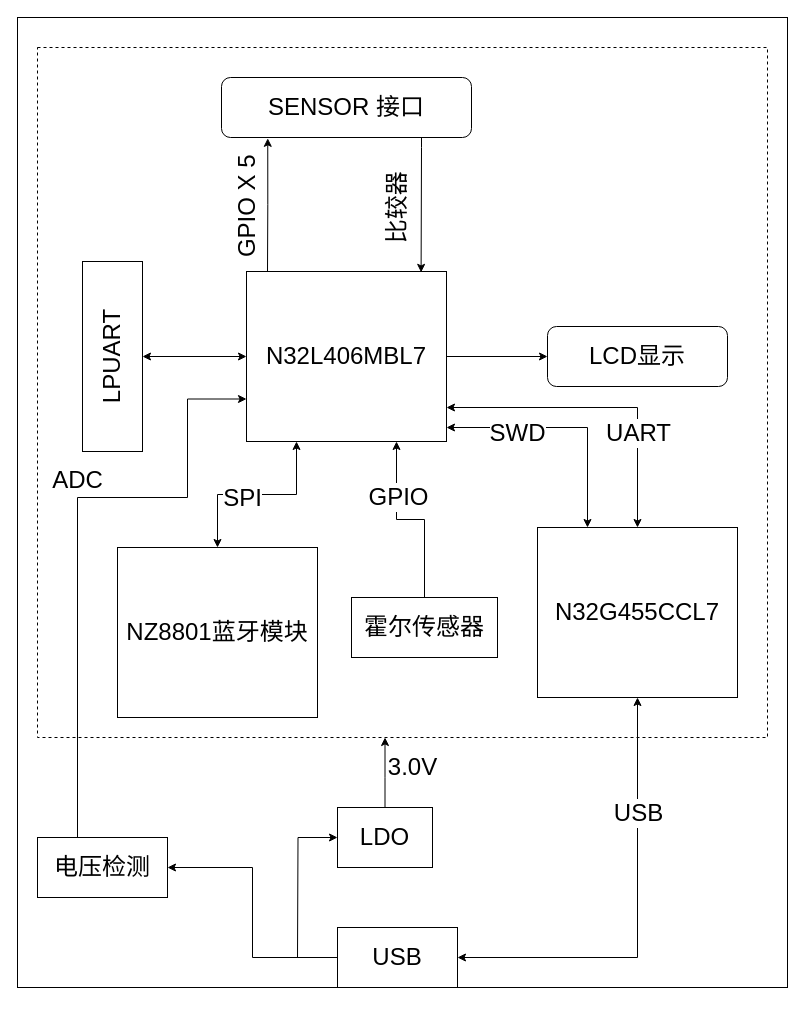
Above: WATERMETER_STB.drawio in cj942/TBOX (draw.io), before the change. Source tidied: cells renumbered, new cells numbered last; positions are measured from the earlier drawing's top-left corner, leaving out a move shared by most shapes. Both pictures are drawn from the tidied source at 100%, with x=0, y=0 at pixel (17, 17).
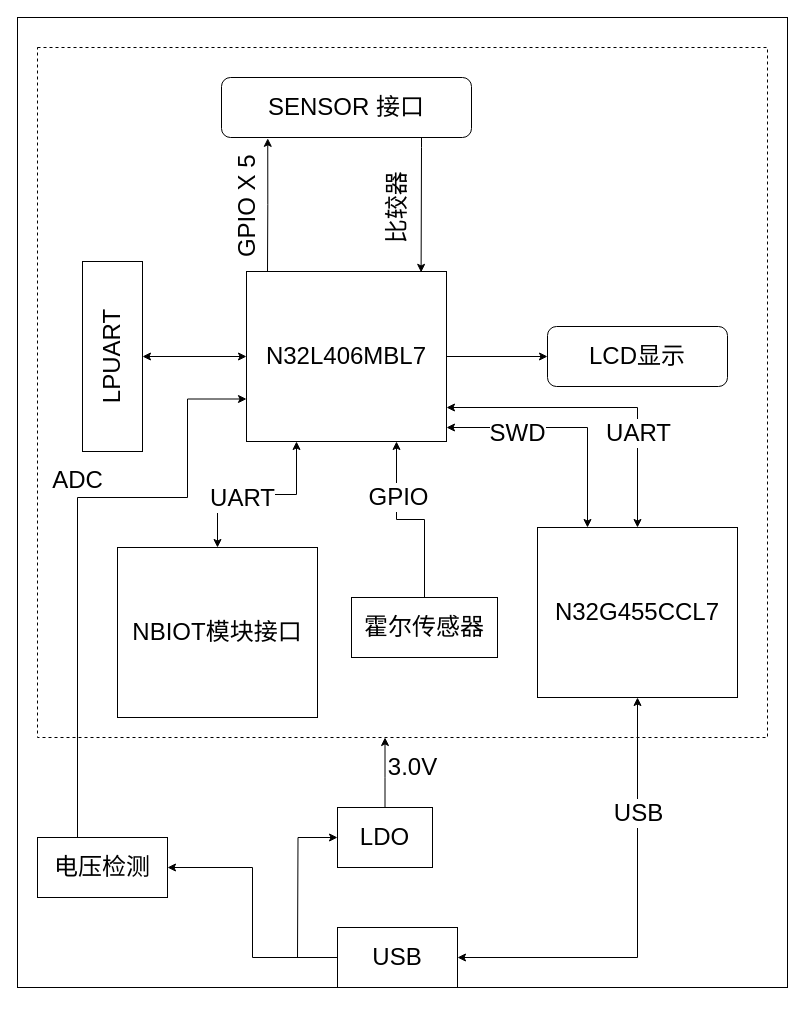
After the change.

The change refers to these unchanged cells:
```xml
<mxCell id="24" style="edgeStyle=orthogonalEdgeStyle;rounded=0;jettySize=auto;html=1;entryX=0.25;entryY=1;entryDx=0;entryDy=0;startArrow=classic;startFill=1;fontSize=24;" parent="1" edge="1" source="26" target="15">
  <mxGeometry relative="1" as="geometry" />
</mxCell>
```

What changed in the source:
```diff
@@
-    <mxCell id="25" value="SPI" style="edgeLabel;html=1;align=center;verticalAlign=middle;fontSize=24;" parent="24" vertex="1">
+    <mxCell id="25" value="UART" style="edgeLabel;html=1;align=center;verticalAlign=middle;fontSize=24;" parent="24" vertex="1">
       <mxGeometry x="0.1" relative="1" as="geometry">
         <mxPoint x="-24.7" y="3" as="offset" />
       </mxGeometry>
     </mxCell>
-    <mxCell id="26" value="&lt;font style=&quot;font-size: 24px&quot;&gt;NZ8801蓝牙模块&lt;/font&gt;" style="rounded=0;whiteSpace=wrap;html=1;" parent="1" vertex="1">
+    <mxCell id="26" value="&lt;font style=&quot;font-size: 24px&quot;&gt;NBIOT模块接口&lt;/font&gt;" style="rounded=0;whiteSpace=wrap;html=1;" parent="1" vertex="1">
       <mxGeometry x="100" y="530" width="200" height="170" as="geometry" />
     </mxCell>
```
